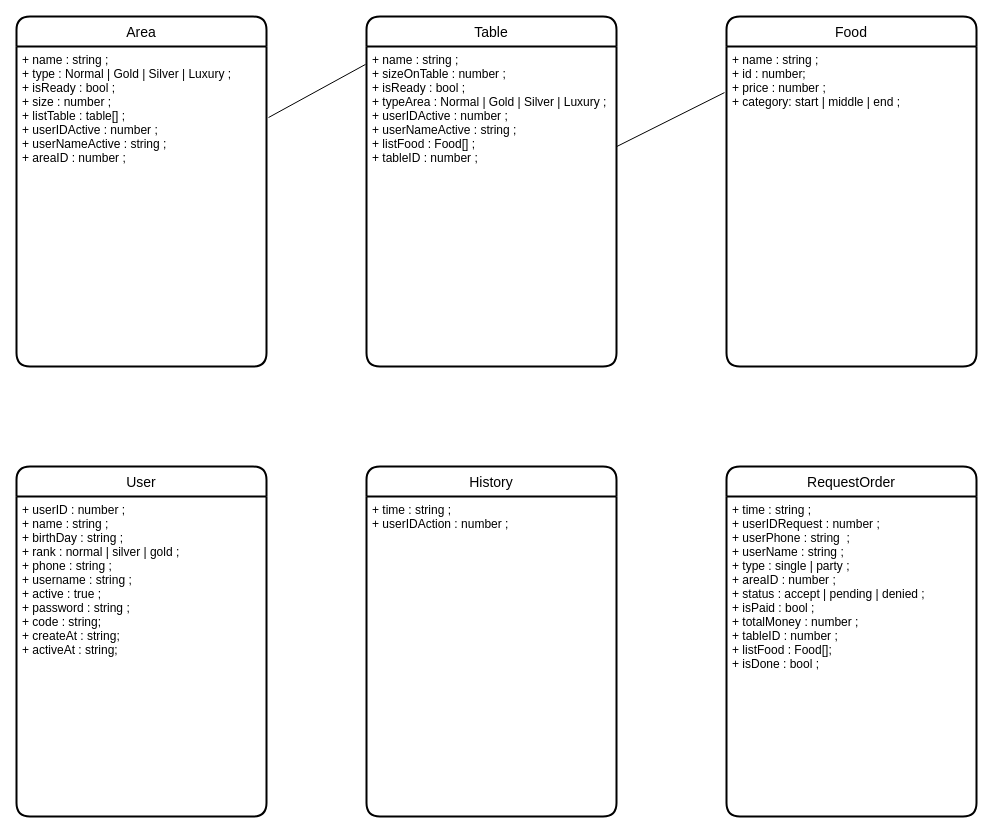
baroned1707/RestaurantDiagram keeps this draw.io diagram as Restaurant.drawio. Above is the earlier version. Source tidied: cells renumbered, new cells numbered last; positions are measured from the earlier drawing's top-left corner, leaving out a move shared by most shapes. Both pictures are drawn from the tidied source at 100%, with x=0, y=0 at pixel (16, 16).
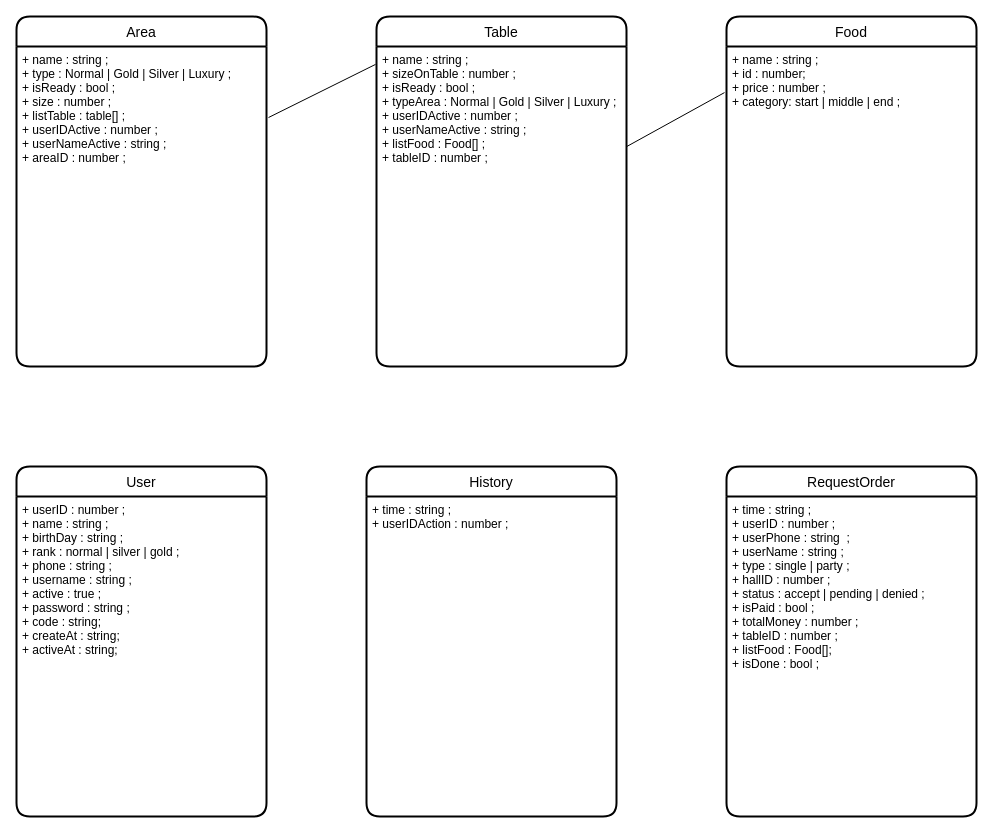
The same page after the edit.

Diff of the diagram source:
```diff
@@
 <mxGraphModel>
   <root>
     <mxCell id="0" />
     <mxCell id="1" parent="0" />
     <mxCell id="2" value="Area" style="swimlane;horizontal=1;startSize=30;rounded=1;fontSize=14;fontStyle=0;strokeWidth=2;shadow=0;dashed=0;align=center;" parent="1" vertex="1">
       <mxGeometry width="250" height="350" as="geometry" />
     </mxCell>
     <mxCell id="3" value="+ name : string ;&#10;+ type : Normal | Gold | Silver | Luxury ;&#10;+ isReady : bool ;&#10;+ size : number ;&#10;+ listTable : table[] ;&#10;+ userIDActive : number ;&#10;+ userNameActive : string ; &#10;+ areaID : number ;" style="align=left;strokeColor=none;fillColor=none;spacingLeft=4;fontSize=12;verticalAlign=top;" parent="2" vertex="1">
       <mxGeometry y="30" width="250" height="320" as="geometry" />
     </mxCell>
     <mxCell id="4" value="Table" style="swimlane;horizontal=1;startSize=30;rounded=1;fontSize=14;fontStyle=0;strokeWidth=2;shadow=0;dashed=0;align=center;" parent="1" vertex="1">
-      <mxGeometry x="350" width="250" height="350" as="geometry" />
+      <mxGeometry x="360" width="250" height="350" as="geometry" />
     </mxCell>
     <mxCell id="5" value="+ name : string ;&#10;+ sizeOnTable : number ;&#10;+ isReady : bool ;&#10;+ typeArea : Normal | Gold | Silver | Luxury ;&#10;+ userIDActive : number ;&#10;+ userNameActive : string ;&#10;+ listFood : Food[] ;&#10;+ tableID : number ;" style="align=left;strokeColor=none;fillColor=none;spacingLeft=4;fontSize=12;verticalAlign=top;" parent="4" vertex="1">
       <mxGeometry y="30" width="250" height="320" as="geometry" />
     </mxCell>
     <mxCell id="6" value="History" style="swimlane;horizontal=1;startSize=30;rounded=1;fontSize=14;fontStyle=0;strokeWidth=2;shadow=0;dashed=0;align=center;" parent="1" vertex="1">
       <mxGeometry x="350" y="450" width="250" height="350" as="geometry" />
     </mxCell>
     <mxCell id="7" value="+ time : string ;&#10;+ userIDAction : number ;&#10;" style="align=left;strokeColor=none;fillColor=none;spacingLeft=4;fontSize=12;verticalAlign=top;" parent="6" vertex="1">
       <mxGeometry y="30" width="250" height="320" as="geometry" />
     </mxCell>
     <mxCell id="8" value="User" style="swimlane;horizontal=1;startSize=30;rounded=1;fontSize=14;fontStyle=0;strokeWidth=2;shadow=0;dashed=0;align=center;" parent="1" vertex="1">
       <mxGeometry y="450" width="250" height="350" as="geometry" />
     </mxCell>
     <mxCell id="9" value="+ userID : number ;&#10;+ name : string ;&#10;+ birthDay : string ;&#10;+ rank : normal | silver | gold ;&#10;+ phone : string ;&#10;+ username : string ;&#10;+ active : true ;&#10;+ password : string ;&#10;+ code : string;&#10;+ createAt : string;&#10;+ activeAt : string;&#10;&#10;" style="align=left;strokeColor=none;fillColor=none;spacingLeft=4;fontSize=12;verticalAlign=top;" parent="8" vertex="1">
       <mxGeometry y="30" width="250" height="320" as="geometry" />
     </mxCell>
     <mxCell id="10" value="Food" style="swimlane;horizontal=1;startSize=30;rounded=1;fontSize=14;fontStyle=0;strokeWidth=2;shadow=0;dashed=0;align=center;" parent="1" vertex="1">
       <mxGeometry x="710" width="250" height="350" as="geometry" />
     </mxCell>
     <mxCell id="11" value="+ name : string ;&#10;+ id : number;&#10;+ price : number ;&#10;+ category: start | middle | end ;&#10;" style="align=left;strokeColor=none;fillColor=none;spacingLeft=4;fontSize=12;verticalAlign=top;" parent="10" vertex="1">
       <mxGeometry y="30" width="250" height="320" as="geometry" />
     </mxCell>
     <mxCell id="12" style="endArrow=none;html=1;rounded=0;exitX=1.008;exitY=0.222;exitDx=0;exitDy=0;exitPerimeter=0;entryX=-0.004;entryY=0.056;entryDx=0;entryDy=0;entryPerimeter=0;" parent="1" edge="1" source="3" target="5">
       <mxGeometry relative="1" as="geometry" />
     </mxCell>
     <mxCell id="13" style="endArrow=none;html=1;rounded=0;exitX=1;exitY=0.313;exitDx=0;exitDy=0;exitPerimeter=0;entryX=-0.008;entryY=0.144;entryDx=0;entryDy=0;entryPerimeter=0;" parent="1" edge="1" source="5" target="11">
       <mxGeometry relative="1" as="geometry" />
     </mxCell>
     <mxCell id="14" value="RequestOrder" style="swimlane;horizontal=1;startSize=30;rounded=1;fontSize=14;fontStyle=0;strokeWidth=2;shadow=0;dashed=0;align=center;" parent="1" vertex="1">
       <mxGeometry x="710" y="450" width="250" height="350" as="geometry" />
     </mxCell>
-    <mxCell id="15" value="+ time : string ;&#10;+ userIDRequest : number ;&#10;+ userPhone : string  ;&#10;+ userName : string ;&#10;+ type : single | party ;&#10;+ areaID : number ;&#10;+ status : accept | pending | denied ;&#10;+ isPaid : bool ;&#10;+ totalMoney : number ;&#10;+ tableID : number ;&#10;+ listFood : Food[];&#10;+ isDone : bool ;&#10;" style="align=left;strokeColor=none;fillColor=none;spacingLeft=4;fontSize=12;verticalAlign=top;" parent="14" vertex="1">
+    <mxCell id="15" value="+ time : string ;&#10;+ userID : number ;&#10;+ userPhone : string  ;&#10;+ userName : string ;&#10;+ type : single | party ;&#10;+ hallID : number ;&#10;+ status : accept | pending | denied ;&#10;+ isPaid : bool ;&#10;+ totalMoney : number ;&#10;+ tableID : number ;&#10;+ listFood : Food[];&#10;+ isDone : bool ;&#10;" style="align=left;strokeColor=none;fillColor=none;spacingLeft=4;fontSize=12;verticalAlign=top;" parent="14" vertex="1">
       <mxGeometry y="30" width="250" height="320" as="geometry" />
     </mxCell>
   </root>
 </mxGraphModel>
```
